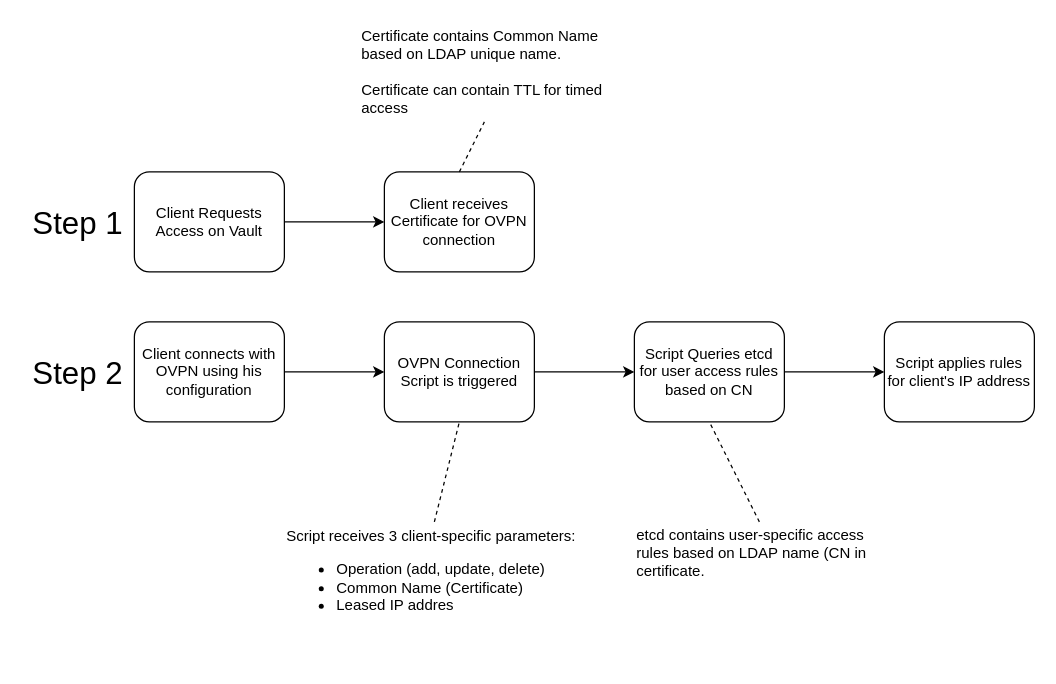
GlennDeSmedt/GlennDeSmedt.github.io keeps this draw.io diagram as OVPN Flow.drawio. Above is the earlier version. Source tidied: cells renumbered, new cells numbered last; positions are measured from the earlier drawing's top-left corner, leaving out a move shared by most shapes. Both pictures are drawn from the tidied source at 125%, with x=0, y=0 at pixel (21, 21).
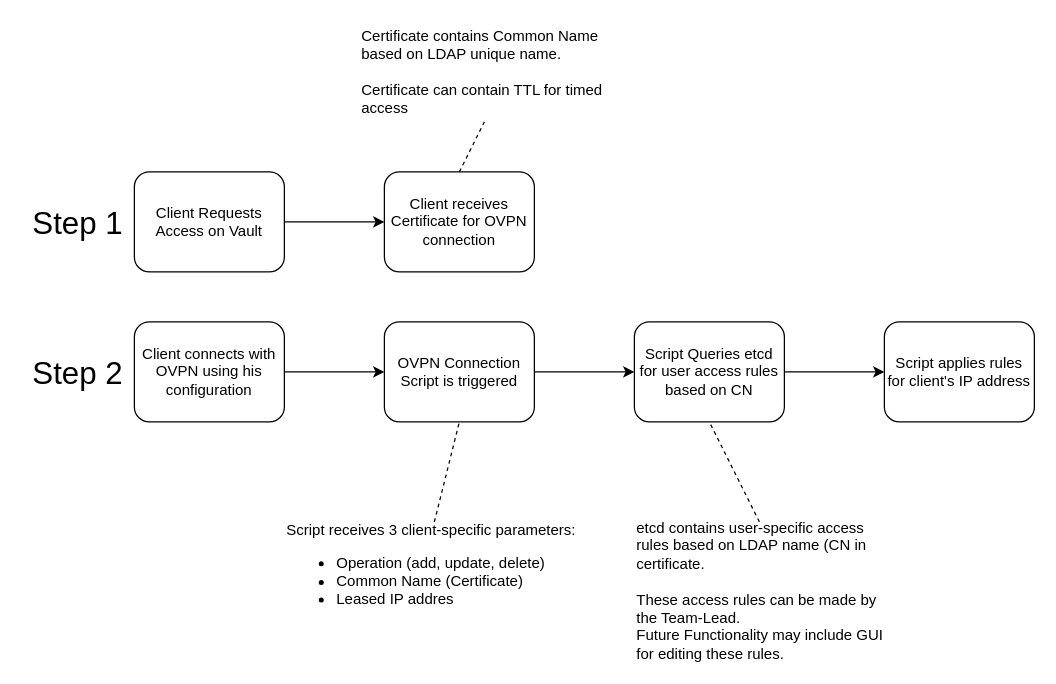
The same page after the edit.

What changed in the source:
```diff
@@
 <mxGraphModel>
   <root>
     <mxCell id="0" />
     <mxCell id="1" parent="0" />
     <mxCell id="2" style="edgeStyle=orthogonalEdgeStyle;rounded=0;jettySize=auto;html=1;" parent="1" edge="1" source="3" target="4">
       <mxGeometry relative="1" as="geometry" />
     </mxCell>
     <mxCell id="3" value="Client Requests Access on Vault" style="shape=ext;rounded=1;html=1;whiteSpace=wrap;" parent="1" vertex="1">
       <mxGeometry x="90" y="120" width="120" height="80" as="geometry" />
     </mxCell>
     <mxCell id="4" value="Client receives Certificate for OVPN connection" style="shape=ext;rounded=1;html=1;whiteSpace=wrap;" parent="1" vertex="1">
       <mxGeometry x="290" y="120" width="120" height="80" as="geometry" />
     </mxCell>
     <mxCell id="5" style="edgeStyle=orthogonalEdgeStyle;rounded=0;jettySize=auto;html=1;" parent="1" edge="1" source="6" target="8">
       <mxGeometry relative="1" as="geometry" />
     </mxCell>
     <mxCell id="6" value="Client connects with OVPN using his configuration" style="shape=ext;rounded=1;html=1;whiteSpace=wrap;" parent="1" vertex="1">
       <mxGeometry x="90" y="240" width="120" height="80" as="geometry" />
     </mxCell>
     <mxCell id="7" style="edgeStyle=orthogonalEdgeStyle;rounded=0;jettySize=auto;html=1;" parent="1" edge="1" source="8" target="10">
       <mxGeometry relative="1" as="geometry" />
     </mxCell>
     <mxCell id="8" value="OVPN Connection Script is triggered&lt;br&gt;" style="shape=ext;rounded=1;html=1;whiteSpace=wrap;" parent="1" vertex="1">
       <mxGeometry x="290" y="240" width="120" height="80" as="geometry" />
     </mxCell>
     <mxCell id="9" style="edgeStyle=orthogonalEdgeStyle;rounded=0;jettySize=auto;html=1;" parent="1" edge="1" source="10" target="11">
       <mxGeometry relative="1" as="geometry" />
     </mxCell>
     <mxCell id="10" value="Script Queries etcd for user access rules based on CN" style="shape=ext;rounded=1;html=1;whiteSpace=wrap;" parent="1" vertex="1">
       <mxGeometry x="490" y="240" width="120" height="80" as="geometry" />
     </mxCell>
     <mxCell id="11" value="Script applies rules for client's IP address" style="shape=ext;rounded=1;html=1;whiteSpace=wrap;" parent="1" vertex="1">
       <mxGeometry x="690" y="240" width="120" height="80" as="geometry" />
     </mxCell>
     <mxCell id="12" value="Script receives 3 client-specific parameters:&lt;br&gt;&lt;ul&gt;&lt;li&gt;Operation (add, update, delete)&lt;/li&gt;&lt;li&gt;Common Name (Certificate)&lt;/li&gt;&lt;li&gt;Leased IP addres&lt;/li&gt;&lt;/ul&gt;" style="text;html=1;strokeColor=none;fillColor=none;align=left;verticalAlign=middle;whiteSpace=wrap;rounded=0;" parent="1" vertex="1">
-      <mxGeometry x="210" y="400" width="240" height="90" as="geometry" />
+      <mxGeometry x="210" y="400" width="240" height="80" as="geometry" />
     </mxCell>
     <mxCell id="13" style="endArrow=none;dashed=1;html=1;entryX=0.5;entryY=1;entryDx=0;entryDy=0;exitX=0.5;exitY=0;exitDx=0;exitDy=0;" parent="1" edge="1" source="12" target="8">
       <mxGeometry relative="1" as="geometry" />
     </mxCell>
-    <mxCell id="14" value="etcd contains user-specific access rules based on LDAP name (CN in certificate." style="text;html=1;strokeColor=none;fillColor=none;align=left;verticalAlign=middle;whiteSpace=wrap;rounded=0;" parent="1" vertex="1">
-      <mxGeometry x="490" y="400" width="200" height="50" as="geometry" />
+    <mxCell id="14" value="etcd contains user-specific access rules based on LDAP name (CN in certificate.&lt;br&gt;&lt;br&gt;These access rules can be made by the Team-Lead.&lt;br&gt;Future Functionality may include GUI for editing these rules.&lt;br&gt;" style="text;html=1;strokeColor=none;fillColor=none;align=left;verticalAlign=middle;whiteSpace=wrap;rounded=0;" parent="1" vertex="1">
+      <mxGeometry x="490" y="400" width="200" height="110" as="geometry" />
     </mxCell>
     <mxCell id="15" style="endArrow=none;dashed=1;html=1;entryX=0.5;entryY=1;entryDx=0;entryDy=0;exitX=0.5;exitY=0;exitDx=0;exitDy=0;" parent="1" edge="1" source="14" target="10">
       <mxGeometry relative="1" as="geometry" />
     </mxCell>
     <mxCell id="16" value="Certificate contains Common Name based on LDAP unique name.&lt;br&gt;&lt;br&gt;Certificate can contain TTL for timed access&lt;br&gt;" style="text;html=1;strokeColor=none;fillColor=none;align=left;verticalAlign=middle;whiteSpace=wrap;rounded=0;" parent="1" vertex="1">
       <mxGeometry x="270" width="200" height="80" as="geometry" />
     </mxCell>
     <mxCell id="17" style="endArrow=none;dashed=1;html=1;entryX=0.5;entryY=1;entryDx=0;entryDy=0;exitX=0.5;exitY=0;exitDx=0;exitDy=0;" parent="1" edge="1" source="4" target="16">
       <mxGeometry relative="1" as="geometry" />
     </mxCell>
     <mxCell id="18" value="Step 1&lt;br&gt;" style="text;html=1;strokeColor=none;fillColor=none;align=center;verticalAlign=middle;whiteSpace=wrap;rounded=0;fontSize=25;" parent="1" vertex="1">
       <mxGeometry y="145" width="90" height="30" as="geometry" />
     </mxCell>
     <mxCell id="19" value="Step 2&lt;br&gt;" style="text;html=1;strokeColor=none;fillColor=none;align=center;verticalAlign=middle;whiteSpace=wrap;rounded=0;fontSize=25;" parent="1" vertex="1">
       <mxGeometry y="265" width="90" height="30" as="geometry" />
     </mxCell>
   </root>
 </mxGraphModel>
```
